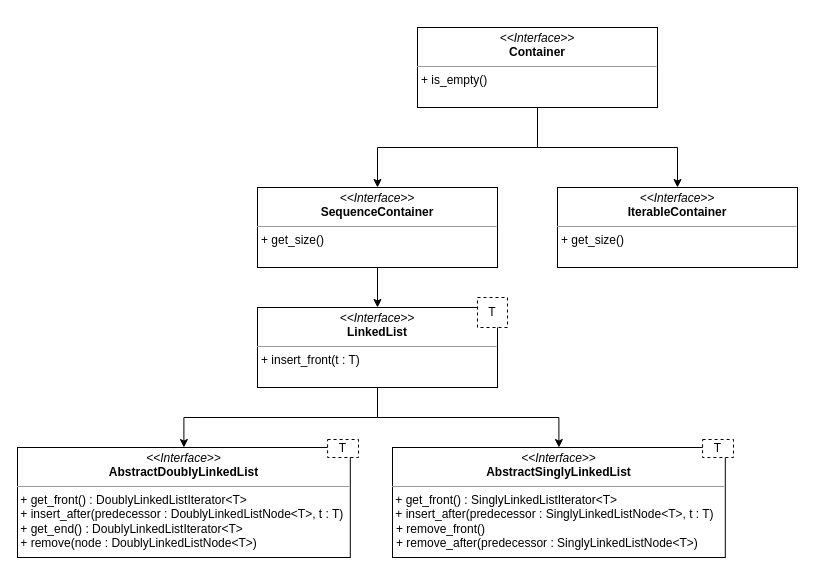
The draw.io diagram docs/Implementation Details/implementatio_details.drawio in christiangoerdes/Data-Structures, before the edit. Source tidied: cells renumbered, new cells numbered last; positions are measured from the earlier drawing's top-left corner, leaving out a move shared by most shapes. Both pictures are drawn from the tidied source at 100%, with x=0, y=0 at pixel (17, 17).
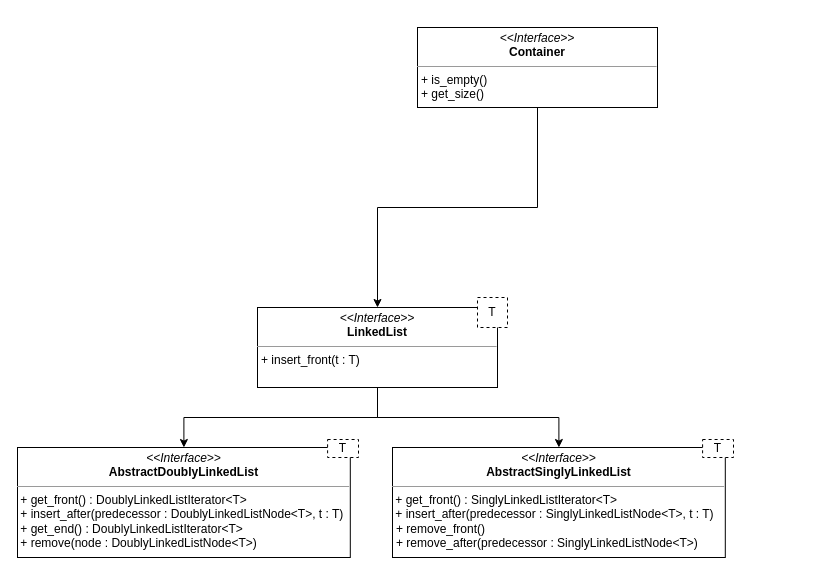
The same page after the edit.

Unchanged cells that the change refers to:
```xml
<mxCell id="3" value="&lt;p style=&quot;margin:0px;margin-top:4px;text-align:center;&quot;&gt;&lt;i&gt;&amp;lt;&amp;lt;Interface&amp;gt;&amp;gt;&lt;/i&gt;&lt;br&gt;&lt;b&gt;LinkedList&lt;/b&gt;&lt;/p&gt;&lt;hr size=&quot;1&quot;&gt;&lt;p style=&quot;margin:0px;margin-left:4px;&quot;&gt;&lt;span style=&quot;background-color: initial;&quot;&gt;+ insert_front(t : T)&lt;/span&gt;&lt;br&gt;&lt;/p&gt;" style="verticalAlign=top;align=left;overflow=fill;fontSize=12;fontFamily=Helvetica;html=1;whiteSpace=wrap;" parent="2" vertex="1">
  <mxGeometry y="10" width="240" height="80" as="geometry" />
</mxCell>
<mxCell id="16" style="group;" parent="1" vertex="1">
  <mxGeometry x="400" width="250" height="150" as="geometry" />
</mxCell>
```

Diff of the diagram source:
```diff
@@
-    <mxCell id="13" style="group;" parent="1" vertex="1">
-      <mxGeometry x="240" y="160" width="250" height="150" as="geometry" />
-    </mxCell>
-    <mxCell id="14" value="&lt;p style=&quot;margin:0px;margin-top:4px;text-align:center;&quot;&gt;&lt;i&gt;&amp;lt;&amp;lt;Interface&amp;gt;&amp;gt;&lt;/i&gt;&lt;br&gt;&lt;b&gt;SequenceContainer&lt;/b&gt;&lt;/p&gt;&lt;hr size=&quot;1&quot;&gt;&lt;p style=&quot;margin:0px;margin-left:4px;&quot;&gt;+ get_size()&amp;nbsp;&lt;/p&gt;" style="verticalAlign=top;align=left;overflow=fill;fontSize=12;fontFamily=Helvetica;html=1;whiteSpace=wrap;" parent="13" vertex="1">
-      <mxGeometry y="10" width="240" height="80" as="geometry" />
-    </mxCell>
-    <mxCell id="15" style="edgeStyle=orthogonalEdgeStyle;rounded=0;jettySize=auto;html=1;exitX=0.5;exitY=1;exitDx=0;exitDy=0;entryX=0.5;entryY=0;entryDx=0;entryDy=0;" parent="1" edge="1" source="14" target="3">
-      <mxGeometry relative="1" as="geometry" />
-    </mxCell>
@@
-    <mxCell id="17" value="&lt;p style=&quot;margin:0px;margin-top:4px;text-align:center;&quot;&gt;&lt;i&gt;&amp;lt;&amp;lt;Interface&amp;gt;&amp;gt;&lt;/i&gt;&lt;br&gt;&lt;b&gt;Container&lt;/b&gt;&lt;/p&gt;&lt;hr size=&quot;1&quot;&gt;&lt;p style=&quot;margin:0px;margin-left:4px;&quot;&gt;&lt;span style=&quot;background-color: initial;&quot;&gt;+ is_empty()&lt;/span&gt;&lt;br&gt;&lt;/p&gt;" style="verticalAlign=top;align=left;overflow=fill;fontSize=12;fontFamily=Helvetica;html=1;whiteSpace=wrap;" parent="16" vertex="1">
+    <mxCell id="17" value="&lt;p style=&quot;margin:0px;margin-top:4px;text-align:center;&quot;&gt;&lt;i&gt;&amp;lt;&amp;lt;Interface&amp;gt;&amp;gt;&lt;/i&gt;&lt;br&gt;&lt;b&gt;Container&lt;/b&gt;&lt;/p&gt;&lt;hr size=&quot;1&quot;&gt;&lt;p style=&quot;margin:0px;margin-left:4px;&quot;&gt;&lt;span style=&quot;background-color: initial;&quot;&gt;+ is_empty()&lt;/span&gt;&lt;br&gt;&lt;/p&gt;&lt;p style=&quot;margin:0px;margin-left:4px;&quot;&gt;+ get_size()&amp;nbsp;&lt;span style=&quot;background-color: initial;&quot;&gt;&lt;br&gt;&lt;/span&gt;&lt;/p&gt;" style="verticalAlign=top;align=left;overflow=fill;fontSize=12;fontFamily=Helvetica;html=1;whiteSpace=wrap;" parent="16" vertex="1">
       <mxGeometry y="10" width="240" height="80" as="geometry" />
     </mxCell>
-    <mxCell id="18" style="edgeStyle=orthogonalEdgeStyle;rounded=0;jettySize=auto;html=1;exitX=0.5;exitY=1;exitDx=0;exitDy=0;entryX=0.5;entryY=0;entryDx=0;entryDy=0;" parent="1" edge="1" source="17" target="14">
-      <mxGeometry relative="1" as="geometry" />
-    </mxCell>
-    <mxCell id="19" value="&lt;p style=&quot;margin:0px;margin-top:4px;text-align:center;&quot;&gt;&lt;i&gt;&amp;lt;&amp;lt;Interface&amp;gt;&amp;gt;&lt;/i&gt;&lt;br&gt;&lt;b&gt;IterableContainer&lt;/b&gt;&lt;br&gt;&lt;/p&gt;&lt;hr size=&quot;1&quot;&gt;&lt;p style=&quot;margin:0px;margin-left:4px;&quot;&gt;+ get_size()&amp;nbsp;&lt;/p&gt;" style="verticalAlign=top;align=left;overflow=fill;fontSize=12;fontFamily=Helvetica;html=1;whiteSpace=wrap;" parent="1" vertex="1">
-      <mxGeometry x="540" y="170" width="240" height="80" as="geometry" />
-    </mxCell>
-    <mxCell id="20" style="edgeStyle=orthogonalEdgeStyle;rounded=0;jettySize=auto;html=1;exitX=0.5;exitY=1;exitDx=0;exitDy=0;entryX=0.5;entryY=0;entryDx=0;entryDy=0;" parent="1" edge="1" source="17" target="19">
-      <mxGeometry relative="1" as="geometry" />
-    </mxCell>
+    <mxCell id="21" style="edgeStyle=orthogonalEdgeStyle;rounded=0;jettySize=auto;html=1;exitX=0.5;exitY=1;exitDx=0;exitDy=0;entryX=0.5;entryY=0;entryDx=0;entryDy=0;" parent="1" edge="1" source="17" target="3">
+      <mxGeometry relative="1" as="geometry" />
+    </mxCell>
```
